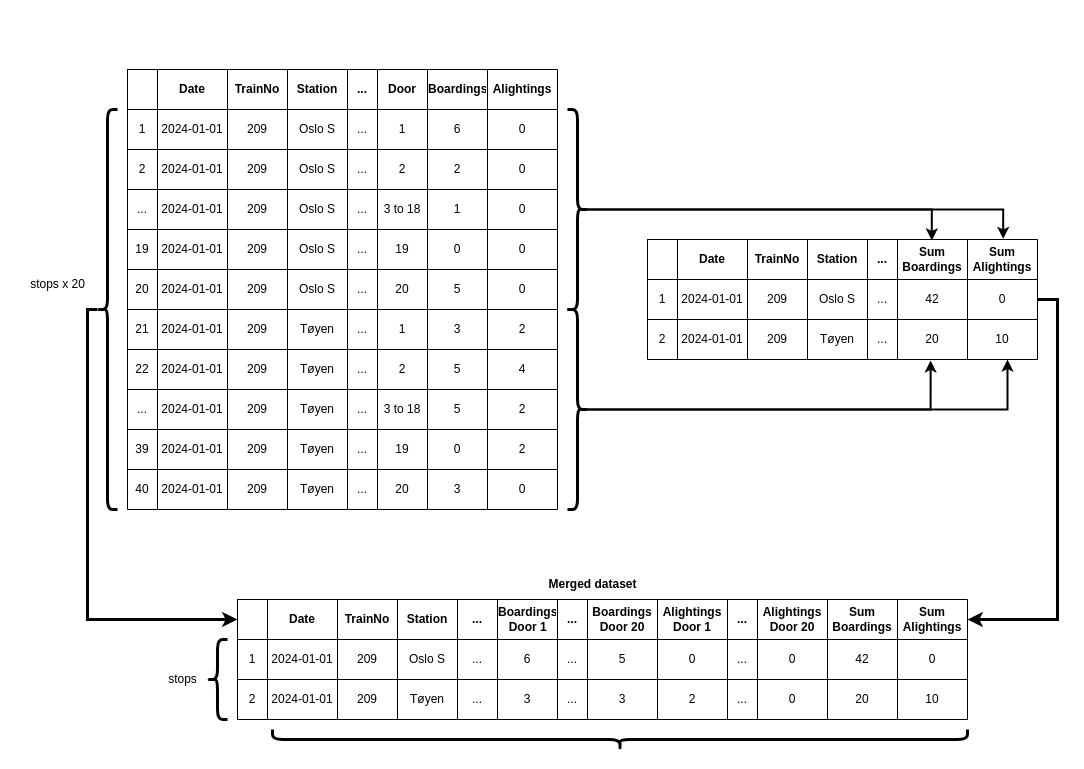
andreasolborg/illustrations keeps this draw.io diagram as page "Transformation" (3 of 7) of Untitled Diagram.drawio. Above is the earlier version. Source tidied: cells renumbered, new cells numbered last; positions are measured from the earlier drawing's top-left corner, leaving out a move shared by most shapes. Both pictures are drawn from the tidied source at 100%, with x=0, y=0 at pixel (17, 69).
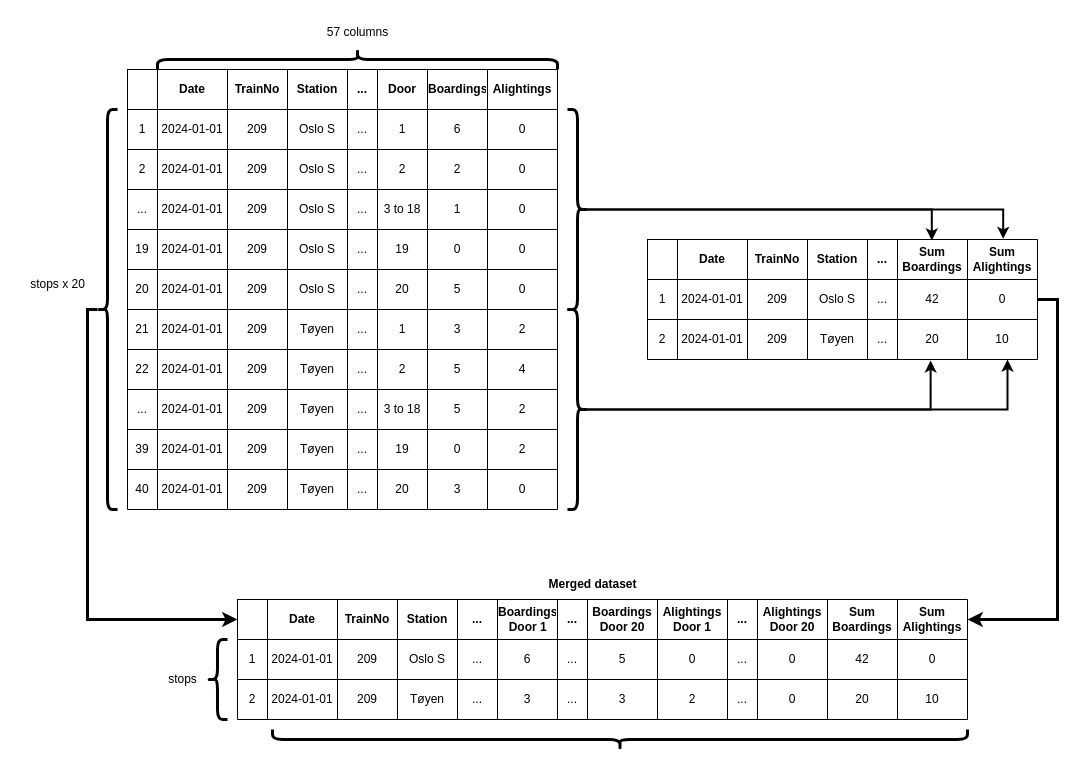
The same page after the edit.

Diff of the diagram source:
```diff
@@
+    <mxCell id="186" style="shape=curlyBracket;whiteSpace=wrap;html=1;rounded=1;labelPosition=left;verticalLabelPosition=middle;align=right;verticalAlign=middle;strokeWidth=3;direction=north;perimeterSpacing=0;rotation=-180;" parent="1" vertex="1">
+      <mxGeometry x="140" y="-20" width="400" height="20" as="geometry" />
+    </mxCell>
+    <mxCell id="187" value="57 columns" style="text;html=1;align=center;verticalAlign=middle;strokeColor=none;fillColor=none;" parent="1" vertex="1">
+      <mxGeometry x="300" y="-52" width="80" height="30" as="geometry" />
+    </mxCell>
```
